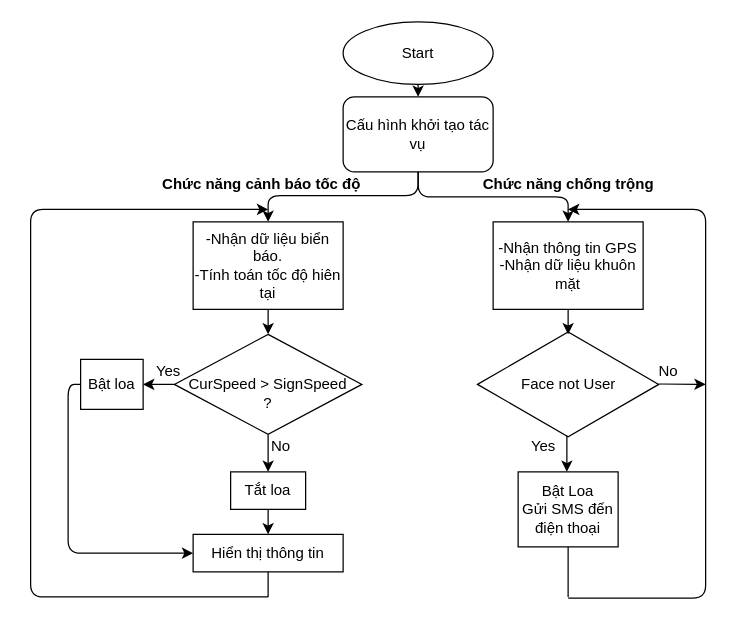
Before: page "Page-3" (3 of 3) of Untitled 1Diagram.drawio in truongvanthinh/AutonomousCar, a draw.io diagram. Source tidied: cells renumbered, new cells numbered last; positions are measured from the earlier drawing's top-left corner, leaving out a move shared by most shapes. Both pictures are drawn from the tidied source at 125%, with x=0, y=0 at pixel (30, 21).
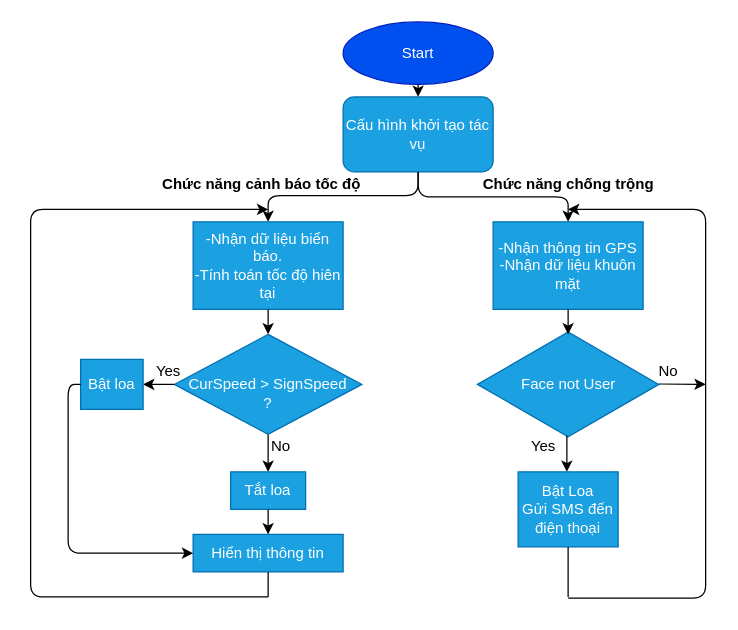
After the change.

The edit, as a diff of the source:
```diff
@@
-    <mxCell id="2" value="Start" style="ellipse;whiteSpace=wrap;html=1;" parent="1" vertex="1">
+    <mxCell id="2" value="Start" style="ellipse;whiteSpace=wrap;html=1;fillColor=#0050ef;strokeColor=#001DBC;fontColor=#ffffff;" parent="1" vertex="1">
       <mxGeometry x="250" width="120" height="50" as="geometry" />
     </mxCell>
-    <mxCell id="3" value="Cấu hình khởi tạo tác vụ" style="rounded=1;whiteSpace=wrap;html=1;" parent="1" vertex="1">
+    <mxCell id="3" value="Cấu hình khởi tạo tác vụ" style="rounded=1;whiteSpace=wrap;html=1;fillColor=#1ba1e2;strokeColor=#006EAF;fontColor=#ffffff;" parent="1" vertex="1">
       <mxGeometry x="250" y="60" width="120" height="60" as="geometry" />
     </mxCell>
@@
-    <mxCell id="9" value="-Nhận dữ liệu biển báo.&lt;br&gt;-Tính toán tốc độ hiên tại" style="rounded=0;whiteSpace=wrap;html=1;" parent="1" vertex="1">
+    <mxCell id="9" value="-Nhận dữ liệu biển báo.&lt;br&gt;-Tính toán tốc độ hiên tại" style="rounded=0;whiteSpace=wrap;html=1;fillColor=#1ba1e2;strokeColor=#006EAF;fontColor=#ffffff;" parent="1" vertex="1">
       <mxGeometry x="130" y="160" width="120" height="70" as="geometry" />
     </mxCell>
@@
-    <mxCell id="11" value="&lt;br&gt;CurSpeed &amp;gt; SignSpeed&lt;br&gt;?" style="rhombus;whiteSpace=wrap;html=1;" parent="1" vertex="1">
+    <mxCell id="11" value="&lt;br&gt;CurSpeed &amp;gt; SignSpeed&lt;br&gt;?" style="rhombus;whiteSpace=wrap;html=1;fillColor=#1ba1e2;strokeColor=#006EAF;fontColor=#ffffff;" parent="1" vertex="1">
       <mxGeometry x="115" y="250" width="150" height="80" as="geometry" />
     </mxCell>
@@
-    <mxCell id="13" value="Bật loa" style="rounded=0;whiteSpace=wrap;html=1;" parent="1" vertex="1">
+    <mxCell id="13" value="Bật loa" style="rounded=0;whiteSpace=wrap;html=1;fillColor=#1ba1e2;strokeColor=#006EAF;fontColor=#ffffff;" parent="1" vertex="1">
       <mxGeometry x="40" y="270" width="50" height="40" as="geometry" />
     </mxCell>
@@
-    <mxCell id="17" value="Tắt loa" style="rounded=0;whiteSpace=wrap;html=1;" parent="1" vertex="1">
+    <mxCell id="17" value="Tắt loa" style="rounded=0;whiteSpace=wrap;html=1;fillColor=#1ba1e2;strokeColor=#006EAF;fontColor=#ffffff;" parent="1" vertex="1">
       <mxGeometry x="160" y="360" width="60" height="30" as="geometry" />
     </mxCell>
-    <mxCell id="18" value="Hiển thị thông tin" style="rounded=0;whiteSpace=wrap;html=1;" parent="1" vertex="1">
+    <mxCell id="18" value="Hiển thị thông tin" style="rounded=0;whiteSpace=wrap;html=1;fillColor=#1ba1e2;strokeColor=#006EAF;fontColor=#ffffff;" parent="1" vertex="1">
       <mxGeometry x="130" y="410" width="120" height="30" as="geometry" />
     </mxCell>
@@
-    <mxCell id="21" value="-Nhận thông tin GPS&lt;br&gt;-Nhận dữ liệu khuôn mặt" style="rounded=0;whiteSpace=wrap;html=1;" parent="1" vertex="1">
+    <mxCell id="21" value="-Nhận thông tin GPS&lt;br&gt;-Nhận dữ liệu khuôn mặt" style="rounded=0;whiteSpace=wrap;html=1;fillColor=#1ba1e2;strokeColor=#006EAF;fontColor=#ffffff;" parent="1" vertex="1">
       <mxGeometry x="370" y="160" width="120" height="70" as="geometry" />
     </mxCell>
-    <mxCell id="22" value="Face not User" style="html=1;whiteSpace=wrap;shape=isoRectangle;" parent="1" vertex="1">
+    <mxCell id="22" value="Face not User" style="html=1;whiteSpace=wrap;shape=isoRectangle;fillColor=#1ba1e2;strokeColor=#006EAF;fontColor=#ffffff;" parent="1" vertex="1">
       <mxGeometry x="357.5" y="246.5" width="145" height="87" as="geometry" />
     </mxCell>
@@
-    <mxCell id="26" value="Bật Loa&lt;br&gt;Gửi SMS đến điện thoại" style="rounded=0;whiteSpace=wrap;html=1;" parent="1" vertex="1">
+    <mxCell id="26" value="Bật Loa&lt;br&gt;Gửi SMS đến điện thoại" style="rounded=0;whiteSpace=wrap;html=1;fillColor=#1ba1e2;strokeColor=#006EAF;fontColor=#ffffff;" parent="1" vertex="1">
       <mxGeometry x="390" y="360" width="80" height="60" as="geometry" />
     </mxCell>
```
